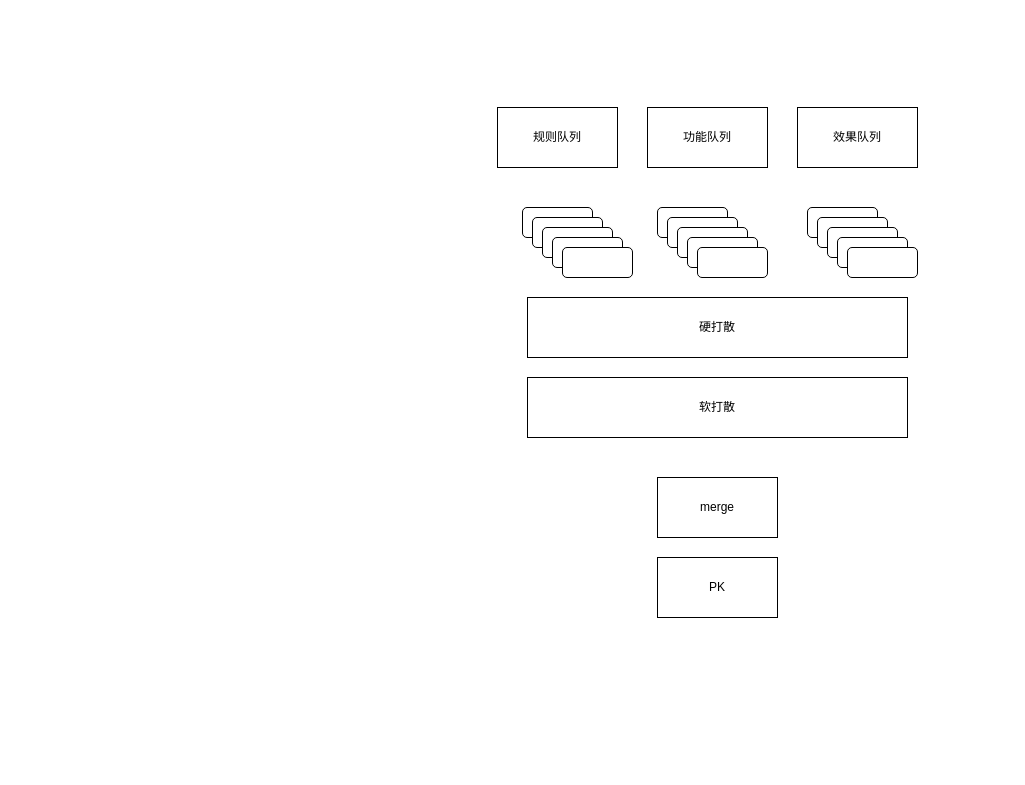
x1yang/lzx keeps this draw.io diagram as grg.drawio. Above is the earlier version. Source tidied: cells renumbered, new cells numbered last; positions are measured from the earlier drawing's top-left corner, leaving out a move shared by most shapes. Both pictures are drawn from the tidied source at 100%, with x=0, y=0 at pixel (497, 107).
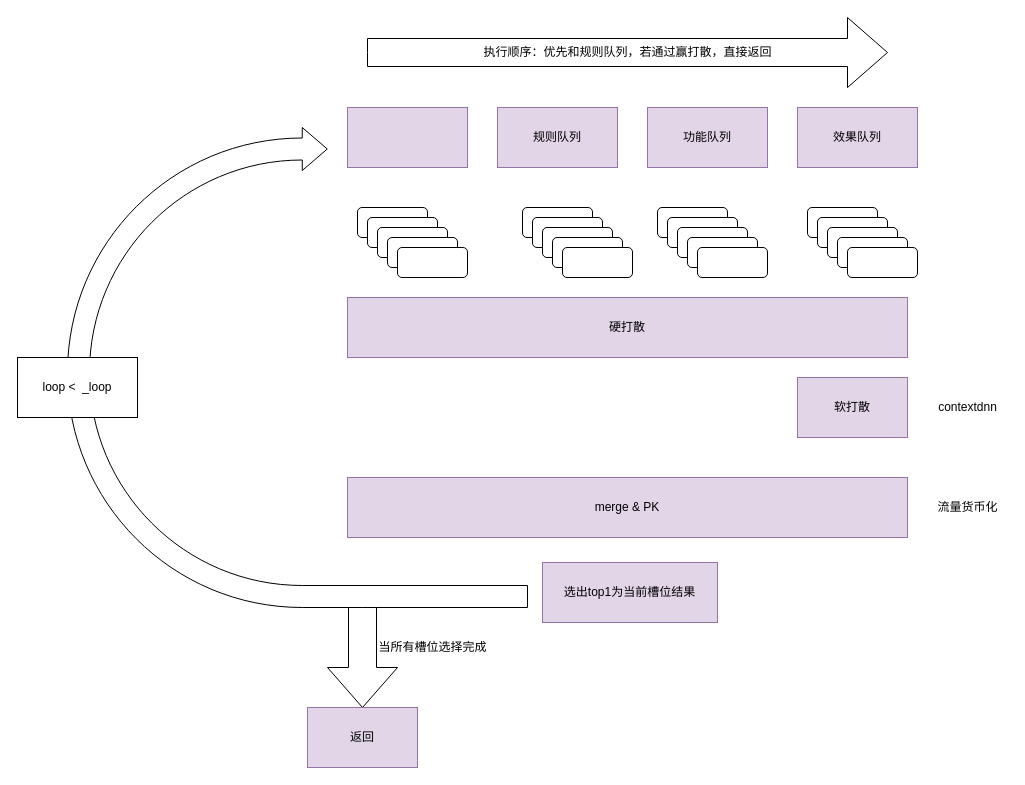
Above is the later version.

What changed in the source:
```diff
@@
-    <mxCell id="2" value="规则队列" style="rounded=0;whiteSpace=wrap;html=1;" parent="1" vertex="1">
+    <mxCell id="2" value="规则队列" style="rounded=0;whiteSpace=wrap;html=1;fillColor=#e1d5e7;strokeColor=#9673a6;" parent="1" vertex="1">
       <mxGeometry width="120" height="60" as="geometry" />
     </mxCell>
-    <mxCell id="3" value="功能队列" style="rounded=0;whiteSpace=wrap;html=1;" parent="1" vertex="1">
+    <mxCell id="3" value="功能队列" style="rounded=0;whiteSpace=wrap;html=1;fillColor=#e1d5e7;strokeColor=#9673a6;" parent="1" vertex="1">
       <mxGeometry x="150" width="120" height="60" as="geometry" />
     </mxCell>
-    <mxCell id="4" value="效果队列" style="rounded=0;whiteSpace=wrap;html=1;" parent="1" vertex="1">
+    <mxCell id="4" value="效果队列" style="rounded=0;whiteSpace=wrap;html=1;fillColor=#e1d5e7;strokeColor=#9673a6;" parent="1" vertex="1">
       <mxGeometry x="300" width="120" height="60" as="geometry" />
     </mxCell>
@@
-    <mxCell id="20" value="硬打散" style="rounded=0;whiteSpace=wrap;html=1;" parent="1" vertex="1">
-      <mxGeometry x="30" y="190" width="380" height="60" as="geometry" />
+    <mxCell id="20" value="硬打散" style="rounded=0;whiteSpace=wrap;html=1;fillColor=#e1d5e7;strokeColor=#9673a6;" parent="1" vertex="1">
+      <mxGeometry x="-150" y="190" width="560" height="60" as="geometry" />
     </mxCell>
-    <mxCell id="21" value="软打散" style="rounded=0;whiteSpace=wrap;html=1;" parent="1" vertex="1">
-      <mxGeometry x="30" y="270" width="380" height="60" as="geometry" />
+    <mxCell id="21" value="软打散" style="rounded=0;whiteSpace=wrap;html=1;fillColor=#e1d5e7;strokeColor=#9673a6;" parent="1" vertex="1">
+      <mxGeometry x="300" y="270" width="110" height="60" as="geometry" />
     </mxCell>
-    <mxCell id="22" value="merge" style="rounded=0;whiteSpace=wrap;html=1;" parent="1" vertex="1">
-      <mxGeometry x="160" y="370" width="120" height="60" as="geometry" />
-    </mxCell>
-    <mxCell id="23" value="PK" style="rounded=0;whiteSpace=wrap;html=1;" parent="1" vertex="1">
-      <mxGeometry x="160" y="450" width="120" height="60" as="geometry" />
+    <mxCell id="23" value="merge &amp;amp; PK" style="rounded=0;whiteSpace=wrap;html=1;fillColor=#e1d5e7;strokeColor=#9673a6;" parent="1" vertex="1">
+      <mxGeometry x="-150" y="370" width="560" height="60" as="geometry" />
     </mxCell>
+    <mxCell id="24" value="流量货币化" style="text;html=1;align=center;verticalAlign=middle;strokeColor=none;fillColor=none;" parent="1" vertex="1">
+      <mxGeometry x="430" y="385" width="80" height="30" as="geometry" />
+    </mxCell>
+    <mxCell id="25" value="contextdnn" style="text;html=1;align=center;verticalAlign=middle;strokeColor=none;fillColor=none;" parent="1" vertex="1">
+      <mxGeometry x="430" y="285" width="80" height="30" as="geometry" />
+    </mxCell>
+    <mxCell id="26" style="rounded=0;whiteSpace=wrap;html=1;fillColor=#e1d5e7;strokeColor=#9673a6;" parent="1" vertex="1">
+      <mxGeometry x="-150" width="120" height="60" as="geometry" />
+    </mxCell>
+    <mxCell id="27" style="rounded=1;whiteSpace=wrap;html=1;" parent="1" vertex="1">
+      <mxGeometry x="-140" y="100" width="70" height="30" as="geometry" />
+    </mxCell>
+    <mxCell id="28" style="rounded=1;whiteSpace=wrap;html=1;" parent="1" vertex="1">
+      <mxGeometry x="-130" y="110" width="70" height="30" as="geometry" />
+    </mxCell>
+    <mxCell id="29" style="rounded=1;whiteSpace=wrap;html=1;" parent="1" vertex="1">
+      <mxGeometry x="-120" y="120" width="70" height="30" as="geometry" />
+    </mxCell>
+    <mxCell id="30" style="rounded=1;whiteSpace=wrap;html=1;" parent="1" vertex="1">
+      <mxGeometry x="-110" y="130" width="70" height="30" as="geometry" />
+    </mxCell>
+    <mxCell id="31" style="rounded=1;whiteSpace=wrap;html=1;" parent="1" vertex="1">
+      <mxGeometry x="-100" y="140" width="70" height="30" as="geometry" />
+    </mxCell>
+    <mxCell id="32" style="html=1;shadow=0;dashed=0;align=center;verticalAlign=middle;shape=mxgraph.arrows2.uTurnArrow;dy=11;arrowHead=43;dx2=25;" parent="1" vertex="1">
+      <mxGeometry x="-430" y="20" width="460" height="480" as="geometry" />
+    </mxCell>
+    <mxCell id="33" value="选出top1为当前槽位结果" style="rounded=0;whiteSpace=wrap;html=1;fillColor=#e1d5e7;strokeColor=#9673a6;" parent="1" vertex="1">
+      <mxGeometry x="45" y="455" width="175" height="60" as="geometry" />
+    </mxCell>
+    <mxCell id="34" value="loop &amp;lt;&amp;nbsp; _loop" style="whiteSpace=wrap;html=1;" parent="1" vertex="1">
+      <mxGeometry x="-480" y="250" width="120" height="60" as="geometry" />
+    </mxCell>
+    <mxCell id="35" style="html=1;shadow=0;dashed=0;align=center;verticalAlign=middle;shape=mxgraph.arrows2.arrow;dy=0.6;dx=40;direction=south;notch=0;" parent="1" vertex="1">
+      <mxGeometry x="-170" y="500" width="70" height="100" as="geometry" />
+    </mxCell>
+    <mxCell id="36" value="当所有槽位选择完成" style="text;html=1;align=center;verticalAlign=middle;strokeColor=none;fillColor=none;" parent="1" vertex="1">
+      <mxGeometry x="-130" y="525" width="130" height="30" as="geometry" />
+    </mxCell>
+    <mxCell id="37" value="返回" style="rounded=0;whiteSpace=wrap;html=1;fillColor=#e1d5e7;strokeColor=#9673a6;" parent="1" vertex="1">
+      <mxGeometry x="-190" y="600" width="110" height="60" as="geometry" />
+    </mxCell>
+    <mxCell id="38" value="执行顺序：优先和规则队列，若通过赢打散，直接返回" style="html=1;shadow=0;dashed=0;align=center;verticalAlign=middle;shape=mxgraph.arrows2.arrow;dy=0.6;dx=40;notch=0;" parent="1" vertex="1">
+      <mxGeometry x="-130" y="-90" width="520" height="70" as="geometry" />
+    </mxCell>
```
